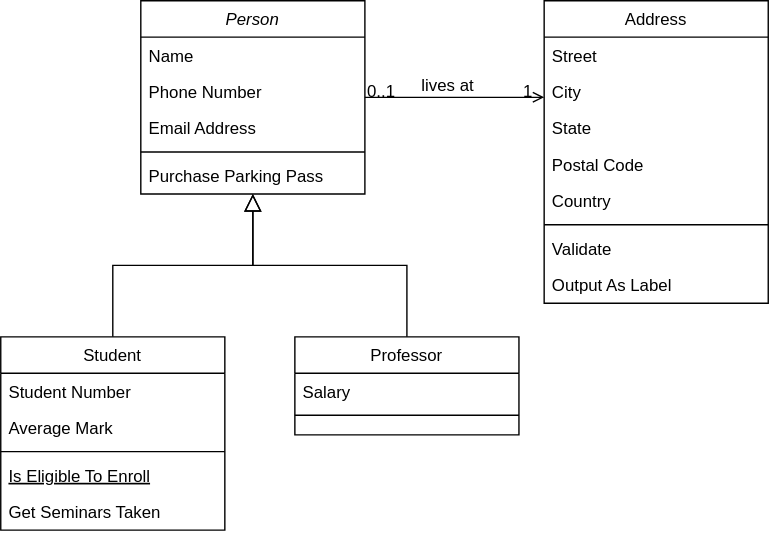
The draw.io diagram diagrams/Class Diagram.drawio.svg in basit-budroo/library-management-system, before a commit. Source tidied: cells renumbered, new cells last; positions are measured from the earlier drawing's top-left corner, leaving out a move shared by most shapes. The source it was exported from:
```xml
<mxGraphModel>
  <root>
    <mxCell id="0" />
    <mxCell id="1" parent="0" />
    <mxCell id="2" value="Person" style="swimlane;fontStyle=2;align=center;verticalAlign=top;horizontal=1;startSize=26;rounded=0;shadow=0;strokeWidth=1;" parent="1" vertex="1">
      <mxGeometry x="100" width="160" height="138" as="geometry" />
    </mxCell>
    <mxCell id="3" value="Name" style="text;align=left;verticalAlign=top;spacingLeft=4;spacingRight=4;overflow=hidden;" parent="2" vertex="1">
      <mxGeometry y="26" width="160" height="26" as="geometry" />
    </mxCell>
    <mxCell id="4" value="Phone Number" style="text;align=left;verticalAlign=top;spacingLeft=4;spacingRight=4;overflow=hidden;rounded=0;shadow=0;html=0;" parent="2" vertex="1">
      <mxGeometry y="52" width="160" height="26" as="geometry" />
    </mxCell>
    <mxCell id="5" value="Email Address" style="text;align=left;verticalAlign=top;spacingLeft=4;spacingRight=4;overflow=hidden;rounded=0;shadow=0;html=0;" parent="2" vertex="1">
      <mxGeometry y="78" width="160" height="26" as="geometry" />
    </mxCell>
    <mxCell id="6" style="line;html=1;strokeWidth=1;align=left;verticalAlign=middle;spacingTop=-1;spacingLeft=3;spacingRight=3;labelPosition=right;" parent="2" vertex="1">
      <mxGeometry y="104" width="160" height="8" as="geometry" />
    </mxCell>
    <mxCell id="7" value="Purchase Parking Pass" style="text;align=left;verticalAlign=top;spacingLeft=4;spacingRight=4;overflow=hidden;" parent="2" vertex="1">
      <mxGeometry y="112" width="160" height="26" as="geometry" />
    </mxCell>
    <mxCell id="8" value="Student" style="swimlane;fontStyle=0;align=center;verticalAlign=top;horizontal=1;startSize=26;rounded=0;shadow=0;strokeWidth=1;" parent="1" vertex="1">
      <mxGeometry y="240" width="160" height="138" as="geometry" />
    </mxCell>
    <mxCell id="9" value="Student Number" style="text;align=left;verticalAlign=top;spacingLeft=4;spacingRight=4;overflow=hidden;" parent="8" vertex="1">
      <mxGeometry y="26" width="160" height="26" as="geometry" />
    </mxCell>
    <mxCell id="10" value="Average Mark" style="text;align=left;verticalAlign=top;spacingLeft=4;spacingRight=4;overflow=hidden;rounded=0;shadow=0;html=0;" parent="8" vertex="1">
      <mxGeometry y="52" width="160" height="26" as="geometry" />
    </mxCell>
    <mxCell id="11" style="line;html=1;strokeWidth=1;align=left;verticalAlign=middle;spacingTop=-1;spacingLeft=3;spacingRight=3;labelPosition=right;" parent="8" vertex="1">
      <mxGeometry y="78" width="160" height="8" as="geometry" />
    </mxCell>
    <mxCell id="12" value="Is Eligible To Enroll" style="text;align=left;verticalAlign=top;spacingLeft=4;spacingRight=4;overflow=hidden;fontStyle=4;" parent="8" vertex="1">
      <mxGeometry y="86" width="160" height="26" as="geometry" />
    </mxCell>
    <mxCell id="13" value="Get Seminars Taken" style="text;align=left;verticalAlign=top;spacingLeft=4;spacingRight=4;overflow=hidden;" parent="8" vertex="1">
      <mxGeometry y="112" width="160" height="26" as="geometry" />
    </mxCell>
    <mxCell id="14" style="endArrow=block;endSize=10;endFill=0;shadow=0;strokeWidth=1;rounded=0;edgeStyle=elbowEdgeStyle;elbow=vertical;" parent="1" edge="1" source="8" target="2">
      <mxGeometry relative="1" as="geometry" />
    </mxCell>
    <mxCell id="15" value="Professor" style="swimlane;fontStyle=0;align=center;verticalAlign=top;horizontal=1;startSize=26;rounded=0;shadow=0;strokeWidth=1;" parent="1" vertex="1">
      <mxGeometry x="210" y="240" width="160" height="70" as="geometry" />
    </mxCell>
    <mxCell id="16" value="Salary" style="text;align=left;verticalAlign=top;spacingLeft=4;spacingRight=4;overflow=hidden;" parent="15" vertex="1">
      <mxGeometry y="26" width="160" height="26" as="geometry" />
    </mxCell>
    <mxCell id="17" style="line;html=1;strokeWidth=1;align=left;verticalAlign=middle;spacingTop=-1;spacingLeft=3;spacingRight=3;labelPosition=right;" parent="15" vertex="1">
      <mxGeometry y="52" width="160" height="8" as="geometry" />
    </mxCell>
    <mxCell id="18" style="endArrow=block;endSize=10;endFill=0;shadow=0;strokeWidth=1;rounded=0;edgeStyle=elbowEdgeStyle;elbow=vertical;" parent="1" edge="1" source="15" target="2">
      <mxGeometry relative="1" as="geometry" />
    </mxCell>
    <mxCell id="19" value="Address" style="swimlane;fontStyle=0;align=center;verticalAlign=top;horizontal=1;startSize=26;rounded=0;shadow=0;strokeWidth=1;" parent="1" vertex="1">
      <mxGeometry x="388" width="160" height="216" as="geometry" />
    </mxCell>
    <mxCell id="20" value="Street" style="text;align=left;verticalAlign=top;spacingLeft=4;spacingRight=4;overflow=hidden;" parent="19" vertex="1">
      <mxGeometry y="26" width="160" height="26" as="geometry" />
    </mxCell>
    <mxCell id="21" value="City" style="text;align=left;verticalAlign=top;spacingLeft=4;spacingRight=4;overflow=hidden;rounded=0;shadow=0;html=0;" parent="19" vertex="1">
      <mxGeometry y="52" width="160" height="26" as="geometry" />
    </mxCell>
    <mxCell id="22" value="State" style="text;align=left;verticalAlign=top;spacingLeft=4;spacingRight=4;overflow=hidden;rounded=0;shadow=0;html=0;" parent="19" vertex="1">
      <mxGeometry y="78" width="160" height="26" as="geometry" />
    </mxCell>
    <mxCell id="23" value="Postal Code" style="text;align=left;verticalAlign=top;spacingLeft=4;spacingRight=4;overflow=hidden;rounded=0;shadow=0;html=0;" parent="19" vertex="1">
      <mxGeometry y="104" width="160" height="26" as="geometry" />
    </mxCell>
    <mxCell id="24" value="Country" style="text;align=left;verticalAlign=top;spacingLeft=4;spacingRight=4;overflow=hidden;rounded=0;shadow=0;html=0;" parent="19" vertex="1">
      <mxGeometry y="130" width="160" height="26" as="geometry" />
    </mxCell>
    <mxCell id="25" style="line;html=1;strokeWidth=1;align=left;verticalAlign=middle;spacingTop=-1;spacingLeft=3;spacingRight=3;labelPosition=right;" parent="19" vertex="1">
      <mxGeometry y="156" width="160" height="8" as="geometry" />
    </mxCell>
    <mxCell id="26" value="Validate" style="text;align=left;verticalAlign=top;spacingLeft=4;spacingRight=4;overflow=hidden;" parent="19" vertex="1">
      <mxGeometry y="164" width="160" height="26" as="geometry" />
    </mxCell>
    <mxCell id="27" value="Output As Label" style="text;align=left;verticalAlign=top;spacingLeft=4;spacingRight=4;overflow=hidden;" parent="19" vertex="1">
      <mxGeometry y="190" width="160" height="26" as="geometry" />
    </mxCell>
    <mxCell id="28" style="endArrow=open;shadow=0;strokeWidth=1;rounded=0;endFill=1;edgeStyle=elbowEdgeStyle;elbow=vertical;" parent="1" edge="1" source="2" target="19">
      <mxGeometry x="0.5" y="41" relative="1" as="geometry">
        <mxPoint x="-40" y="32" as="offset" />
      </mxGeometry>
    </mxCell>
    <mxCell id="29" value="0..1" style="align=left;verticalAlign=bottom;labelBackgroundColor=none;fontSize=12;" parent="28" vertex="1">
      <mxGeometry x="-1" relative="1" as="geometry">
        <mxPoint y="4" as="offset" />
      </mxGeometry>
    </mxCell>
    <mxCell id="30" value="1" style="align=right;verticalAlign=bottom;labelBackgroundColor=none;fontSize=12;" parent="28" vertex="1">
      <mxGeometry x="1" relative="1" as="geometry">
        <mxPoint x="-7" y="4" as="offset" />
      </mxGeometry>
    </mxCell>
    <mxCell id="31" value="lives at" style="text;html=1;align=center;verticalAlign=middle;labelBackgroundColor=none;rounded=0;shadow=0;strokeWidth=1;fontSize=12;" parent="28" vertex="1">
      <mxGeometry x="0.5" y="49" relative="1" as="geometry">
        <mxPoint x="-38" y="40" as="offset" />
      </mxGeometry>
    </mxCell>
  </root>
</mxGraphModel>
```
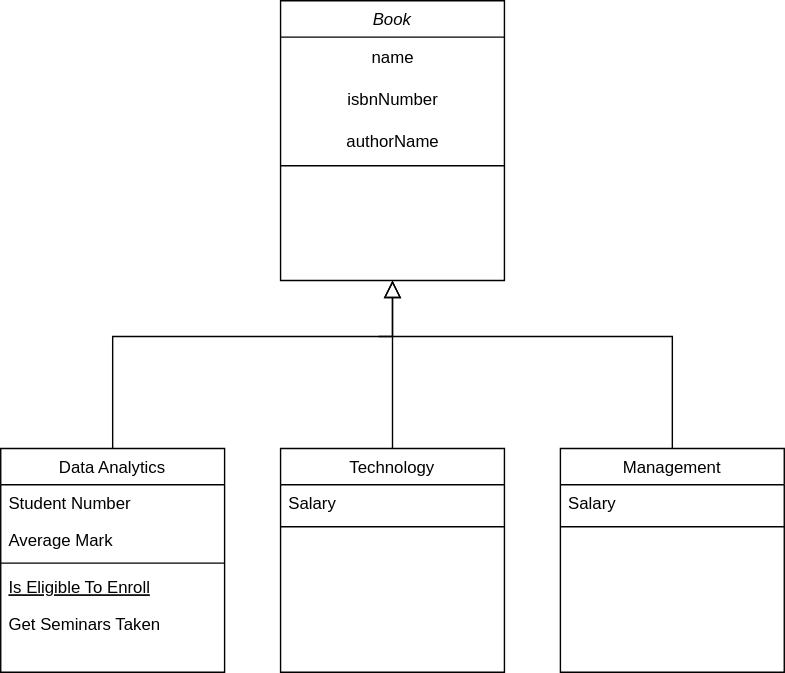
After the commit.

The edit, as a diff of the source:
```diff
@@ -2,26 +2,23 @@
   <root>
     <mxCell id="0" />
     <mxCell id="1" parent="0" />
-    <mxCell id="2" value="Person" style="swimlane;fontStyle=2;align=center;verticalAlign=top;horizontal=1;startSize=26;rounded=0;shadow=0;strokeWidth=1;" parent="1" vertex="1">
-      <mxGeometry x="100" width="160" height="138" as="geometry" />
+    <mxCell id="2" value="Book" style="swimlane;fontStyle=2;align=center;verticalAlign=top;horizontal=1;startSize=26;rounded=0;shadow=0;strokeWidth=1;" parent="1" vertex="1">
+      <mxGeometry x="200" y="-80" width="160" height="200" as="geometry" />
     </mxCell>
-    <mxCell id="3" value="Name" style="text;align=left;verticalAlign=top;spacingLeft=4;spacingRight=4;overflow=hidden;" parent="2" vertex="1">
-      <mxGeometry y="26" width="160" height="26" as="geometry" />
-    </mxCell>
-    <mxCell id="4" value="Phone Number" style="text;align=left;verticalAlign=top;spacingLeft=4;spacingRight=4;overflow=hidden;rounded=0;shadow=0;html=0;" parent="2" vertex="1">
-      <mxGeometry y="52" width="160" height="26" as="geometry" />
-    </mxCell>
-    <mxCell id="5" value="Email Address" style="text;align=left;verticalAlign=top;spacingLeft=4;spacingRight=4;overflow=hidden;rounded=0;shadow=0;html=0;" parent="2" vertex="1">
-      <mxGeometry y="78" width="160" height="26" as="geometry" />
-    </mxCell>
+    <mxCell id="32" value="name" style="text;html=1;align=center;verticalAlign=middle;strokeColor=none;fillColor=none;" parent="2" vertex="1">
+      <mxGeometry y="26" width="160" height="30" as="geometry" />
+    </mxCell>
+    <mxCell id="33" value="isbnNumber" style="text;html=1;align=center;verticalAlign=middle;strokeColor=none;fillColor=none;" parent="2" vertex="1">
+      <mxGeometry y="56" width="160" height="30" as="geometry" />
+    </mxCell>
+    <mxCell id="34" value="authorName" style="text;html=1;align=center;verticalAlign=middle;strokeColor=none;fillColor=none;" parent="2" vertex="1">
+      <mxGeometry y="86" width="160" height="30" as="geometry" />
+    </mxCell>
     <mxCell id="6" style="line;html=1;strokeWidth=1;align=left;verticalAlign=middle;spacingTop=-1;spacingLeft=3;spacingRight=3;labelPosition=right;" parent="2" vertex="1">
-      <mxGeometry y="104" width="160" height="8" as="geometry" />
+      <mxGeometry y="116" width="160" height="4" as="geometry" />
     </mxCell>
-    <mxCell id="7" value="Purchase Parking Pass" style="text;align=left;verticalAlign=top;spacingLeft=4;spacingRight=4;overflow=hidden;" parent="2" vertex="1">
-      <mxGeometry y="112" width="160" height="26" as="geometry" />
-    </mxCell>
-    <mxCell id="8" value="Student" style="swimlane;fontStyle=0;align=center;verticalAlign=top;horizontal=1;startSize=26;rounded=0;shadow=0;strokeWidth=1;" parent="1" vertex="1">
-      <mxGeometry y="240" width="160" height="138" as="geometry" />
+    <mxCell id="8" value="Data Analytics" style="swimlane;fontStyle=0;align=center;verticalAlign=top;horizontal=1;startSize=26;rounded=0;shadow=0;strokeWidth=1;" parent="1" vertex="1">
+      <mxGeometry y="240" width="160" height="160" as="geometry" />
     </mxCell>
     <mxCell id="9" value="Student Number" style="text;align=left;verticalAlign=top;spacingLeft=4;spacingRight=4;overflow=hidden;" parent="8" vertex="1">
       <mxGeometry y="26" width="160" height="26" as="geometry" />
@@ -39,10 +36,14 @@
       <mxGeometry y="112" width="160" height="26" as="geometry" />
     </mxCell>
     <mxCell id="14" style="endArrow=block;endSize=10;endFill=0;shadow=0;strokeWidth=1;rounded=0;edgeStyle=elbowEdgeStyle;elbow=vertical;" parent="1" edge="1" source="8" target="2">
-      <mxGeometry relative="1" as="geometry" />
+      <mxGeometry relative="1" as="geometry">
+        <Array as="points">
+          <mxPoint x="180" y="160" />
+        </Array>
+      </mxGeometry>
     </mxCell>
-    <mxCell id="15" value="Professor" style="swimlane;fontStyle=0;align=center;verticalAlign=top;horizontal=1;startSize=26;rounded=0;shadow=0;strokeWidth=1;" parent="1" vertex="1">
-      <mxGeometry x="210" y="240" width="160" height="70" as="geometry" />
+    <mxCell id="15" value="Technology" style="swimlane;fontStyle=0;align=center;verticalAlign=top;horizontal=1;startSize=26;rounded=0;shadow=0;strokeWidth=1;" parent="1" vertex="1">
+      <mxGeometry x="200" y="240" width="160" height="160" as="geometry" />
     </mxCell>
     <mxCell id="16" value="Salary" style="text;align=left;verticalAlign=top;spacingLeft=4;spacingRight=4;overflow=hidden;" parent="15" vertex="1">
       <mxGeometry y="26" width="160" height="26" as="geometry" />
@@ -51,54 +52,28 @@
       <mxGeometry y="52" width="160" height="8" as="geometry" />
     </mxCell>
     <mxCell id="18" style="endArrow=block;endSize=10;endFill=0;shadow=0;strokeWidth=1;rounded=0;edgeStyle=elbowEdgeStyle;elbow=vertical;" parent="1" edge="1" source="15" target="2">
-      <mxGeometry relative="1" as="geometry" />
+      <mxGeometry relative="1" as="geometry">
+        <Array as="points">
+          <mxPoint x="280" y="200" />
+        </Array>
+      </mxGeometry>
     </mxCell>
-    <mxCell id="19" value="Address" style="swimlane;fontStyle=0;align=center;verticalAlign=top;horizontal=1;startSize=26;rounded=0;shadow=0;strokeWidth=1;" parent="1" vertex="1">
-      <mxGeometry x="388" width="160" height="216" as="geometry" />
-    </mxCell>
-    <mxCell id="20" value="Street" style="text;align=left;verticalAlign=top;spacingLeft=4;spacingRight=4;overflow=hidden;" parent="19" vertex="1">
-      <mxGeometry y="26" width="160" height="26" as="geometry" />
-    </mxCell>
-    <mxCell id="21" value="City" style="text;align=left;verticalAlign=top;spacingLeft=4;spacingRight=4;overflow=hidden;rounded=0;shadow=0;html=0;" parent="19" vertex="1">
-      <mxGeometry y="52" width="160" height="26" as="geometry" />
-    </mxCell>
-    <mxCell id="22" value="State" style="text;align=left;verticalAlign=top;spacingLeft=4;spacingRight=4;overflow=hidden;rounded=0;shadow=0;html=0;" parent="19" vertex="1">
-      <mxGeometry y="78" width="160" height="26" as="geometry" />
-    </mxCell>
-    <mxCell id="23" value="Postal Code" style="text;align=left;verticalAlign=top;spacingLeft=4;spacingRight=4;overflow=hidden;rounded=0;shadow=0;html=0;" parent="19" vertex="1">
-      <mxGeometry y="104" width="160" height="26" as="geometry" />
-    </mxCell>
-    <mxCell id="24" value="Country" style="text;align=left;verticalAlign=top;spacingLeft=4;spacingRight=4;overflow=hidden;rounded=0;shadow=0;html=0;" parent="19" vertex="1">
-      <mxGeometry y="130" width="160" height="26" as="geometry" />
-    </mxCell>
-    <mxCell id="25" style="line;html=1;strokeWidth=1;align=left;verticalAlign=middle;spacingTop=-1;spacingLeft=3;spacingRight=3;labelPosition=right;" parent="19" vertex="1">
-      <mxGeometry y="156" width="160" height="8" as="geometry" />
-    </mxCell>
-    <mxCell id="26" value="Validate" style="text;align=left;verticalAlign=top;spacingLeft=4;spacingRight=4;overflow=hidden;" parent="19" vertex="1">
-      <mxGeometry y="164" width="160" height="26" as="geometry" />
-    </mxCell>
-    <mxCell id="27" value="Output As Label" style="text;align=left;verticalAlign=top;spacingLeft=4;spacingRight=4;overflow=hidden;" parent="19" vertex="1">
-      <mxGeometry y="190" width="160" height="26" as="geometry" />
-    </mxCell>
-    <mxCell id="28" style="endArrow=open;shadow=0;strokeWidth=1;rounded=0;endFill=1;edgeStyle=elbowEdgeStyle;elbow=vertical;" parent="1" edge="1" source="2" target="19">
-      <mxGeometry x="0.5" y="41" relative="1" as="geometry">
-        <mxPoint x="-40" y="32" as="offset" />
-      </mxGeometry>
-    </mxCell>
-    <mxCell id="29" value="0..1" style="align=left;verticalAlign=bottom;labelBackgroundColor=none;fontSize=12;" parent="28" vertex="1">
-      <mxGeometry x="-1" relative="1" as="geometry">
-        <mxPoint y="4" as="offset" />
-      </mxGeometry>
-    </mxCell>
-    <mxCell id="30" value="1" style="align=right;verticalAlign=bottom;labelBackgroundColor=none;fontSize=12;" parent="28" vertex="1">
-      <mxGeometry x="1" relative="1" as="geometry">
-        <mxPoint x="-7" y="4" as="offset" />
-      </mxGeometry>
-    </mxCell>
-    <mxCell id="31" value="lives at" style="text;html=1;align=center;verticalAlign=middle;labelBackgroundColor=none;rounded=0;shadow=0;strokeWidth=1;fontSize=12;" parent="28" vertex="1">
-      <mxGeometry x="0.5" y="49" relative="1" as="geometry">
-        <mxPoint x="-38" y="40" as="offset" />
-      </mxGeometry>
-    </mxCell>
+    <mxCell id="35" value="Management" style="swimlane;fontStyle=0;align=center;verticalAlign=top;horizontal=1;startSize=26;rounded=0;shadow=0;strokeWidth=1;" parent="1" vertex="1">
+      <mxGeometry x="400" y="240" width="160" height="160" as="geometry" />
+    </mxCell>
+    <mxCell id="36" value="Salary" style="text;align=left;verticalAlign=top;spacingLeft=4;spacingRight=4;overflow=hidden;" parent="35" vertex="1">
+      <mxGeometry y="26" width="160" height="26" as="geometry" />
+    </mxCell>
+    <mxCell id="37" style="line;html=1;strokeWidth=1;align=left;verticalAlign=middle;spacingTop=-1;spacingLeft=3;spacingRight=3;labelPosition=right;" parent="35" vertex="1">
+      <mxGeometry y="52" width="160" height="8" as="geometry" />
+    </mxCell>
+    <mxCell id="38" style="endArrow=none;html=1;rounded=0;entryX=0.5;entryY=0;entryDx=0;entryDy=0;" parent="1" edge="1" target="35">
+      <mxGeometry relative="1" as="geometry">
+        <mxPoint x="270" y="160" as="sourcePoint" />
+        <Array as="points">
+          <mxPoint x="480" y="160" />
+        </Array>
+      </mxGeometry>
+    </mxCell>
   </root>
 </mxGraphModel>
```
